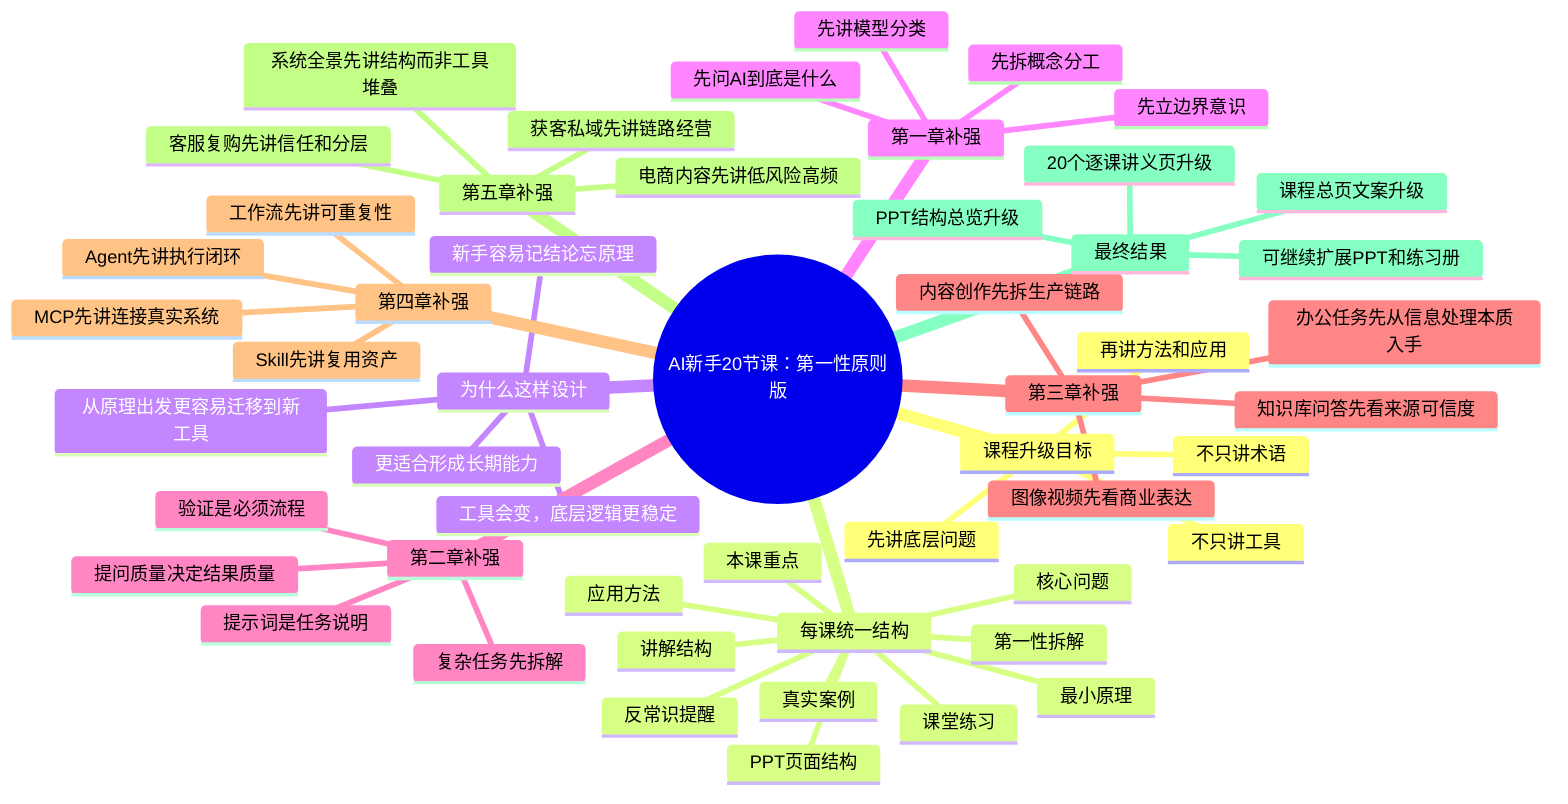
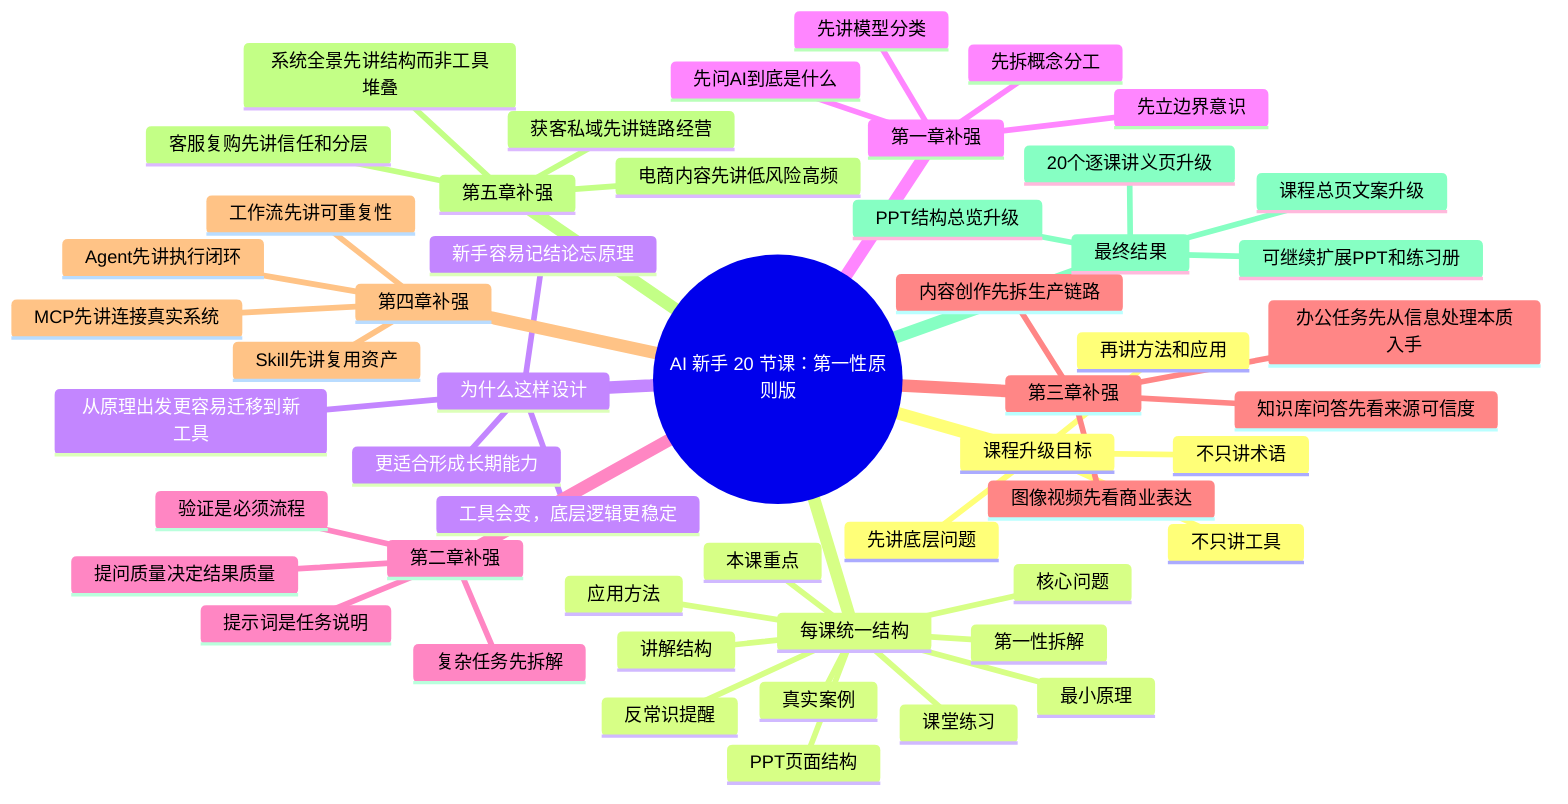
mindmap
-   root((AI新手20节课：第一性原则版))
+   root((AI 新手 20 节课：第一性原则版))
    课程升级目标
      不只讲术语
      不只讲工具
      先讲底层问题
      再讲方法和应用
    每课统一结构
      核心问题
      本课重点
      第一性拆解
      最小原理
      讲解结构
      真实案例
      应用方法
      反常识提醒
      课堂练习
      PPT页面结构
    为什么这样设计
      新手容易记结论忘原理
      工具会变，底层逻辑更稳定
      从原理出发更容易迁移到新工具
      更适合形成长期能力
    第一章补强
      先问AI到底是什么
      先拆概念分工
      先讲模型分类
      先立边界意识
    第二章补强
      提问质量决定结果质量
      提示词是任务说明
      复杂任务先拆解
      验证是必须流程
    第三章补强
      办公任务先从信息处理本质入手
      内容创作先拆生产链路
      图像视频先看商业表达
      知识库问答先看来源可信度
    第四章补强
      工作流先讲可重复性
      Agent先讲执行闭环
      MCP先讲连接真实系统
      Skill先讲复用资产
    第五章补强
      电商内容先讲低风险高频
      获客私域先讲链路经营
      客服复购先讲信任和分层
      系统全景先讲结构而非工具堆叠
    最终结果
      20个逐课讲义页升级
      PPT结构总览升级
      课程总页文案升级
      可继续扩展PPT和练习册
